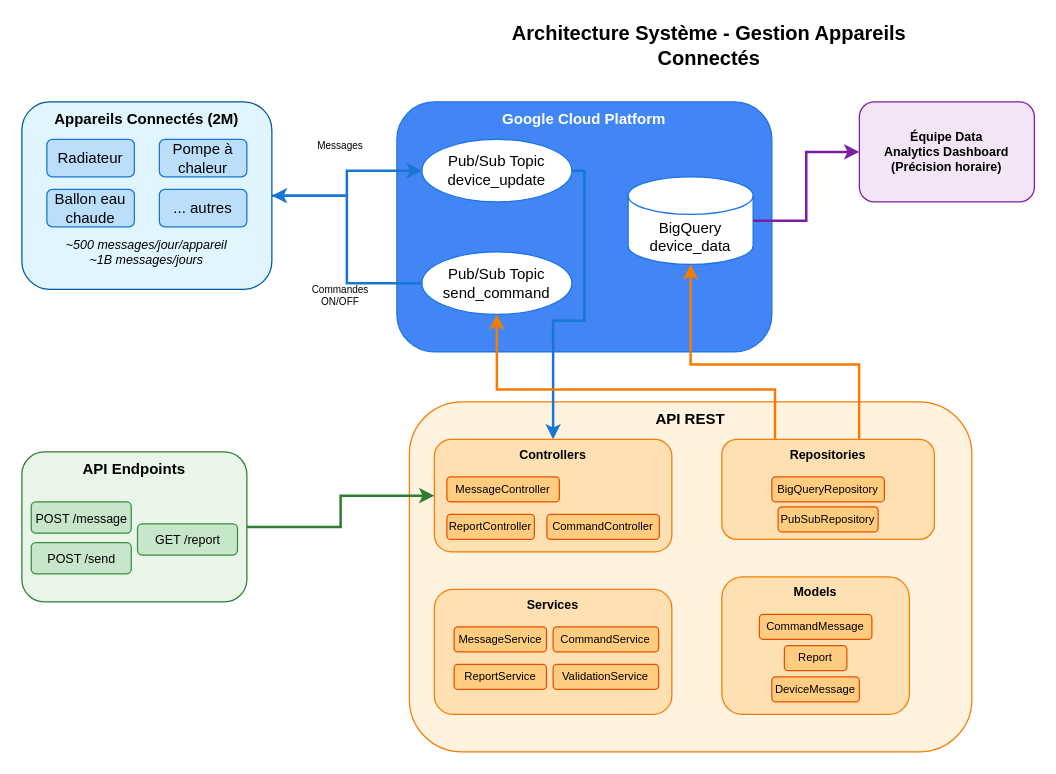
Earlier version of the draw.io diagram architecture.drawio (souhoc/symphonics_tech-test). Source tidied: cells renumbered, new cells numbered last; positions are measured from the earlier drawing's top-left corner, leaving out a move shared by most shapes. Both pictures are drawn from the tidied source at 125%, with x=0, y=0 at pixel (21, 26).
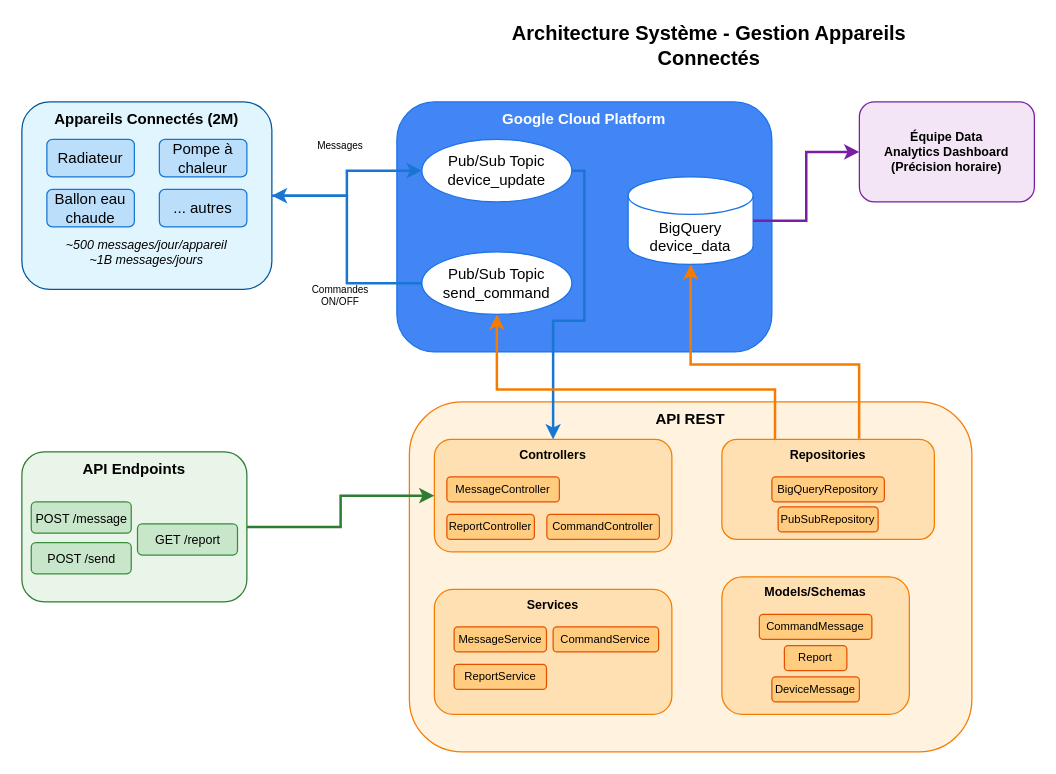
After the change.

The change refers to these unchanged cells:
```xml
<mxCell id="28" style="group;" parent="1" vertex="1">
  <mxGeometry x="560" y="440" width="150" height="110" as="geometry" />
</mxCell>
<mxCell id="36" style="group;" parent="34" vertex="1">
  <mxGeometry x="15.8" y="30" width="163.6" height="50" as="geometry" />
</mxCell>
```

What changed in the source:
```diff
@@
-    <mxCell id="29" value="Models" style="rounded=1;whiteSpace=wrap;html=1;fillColor=#FFE0B2;strokeColor=#F57C00;fontSize=10;fontStyle=1;verticalAlign=top;" parent="28" vertex="1">
+    <mxCell id="29" value="Models/Schemas" style="rounded=1;whiteSpace=wrap;html=1;fillColor=#FFE0B2;strokeColor=#F57C00;fontSize=10;fontStyle=1;verticalAlign=top;" parent="28" vertex="1">
       <mxGeometry width="150" height="110" as="geometry" />
     </mxCell>
@@
-    <mxCell id="40" value="ValidationService" style="rounded=1;whiteSpace=wrap;html=1;fillColor=#FFCC80;strokeColor=#E65100;fontSize=9;" parent="36" vertex="1">
-      <mxGeometry x="79.2" y="30" width="84.4" height="20" as="geometry" />
-    </mxCell>
```
